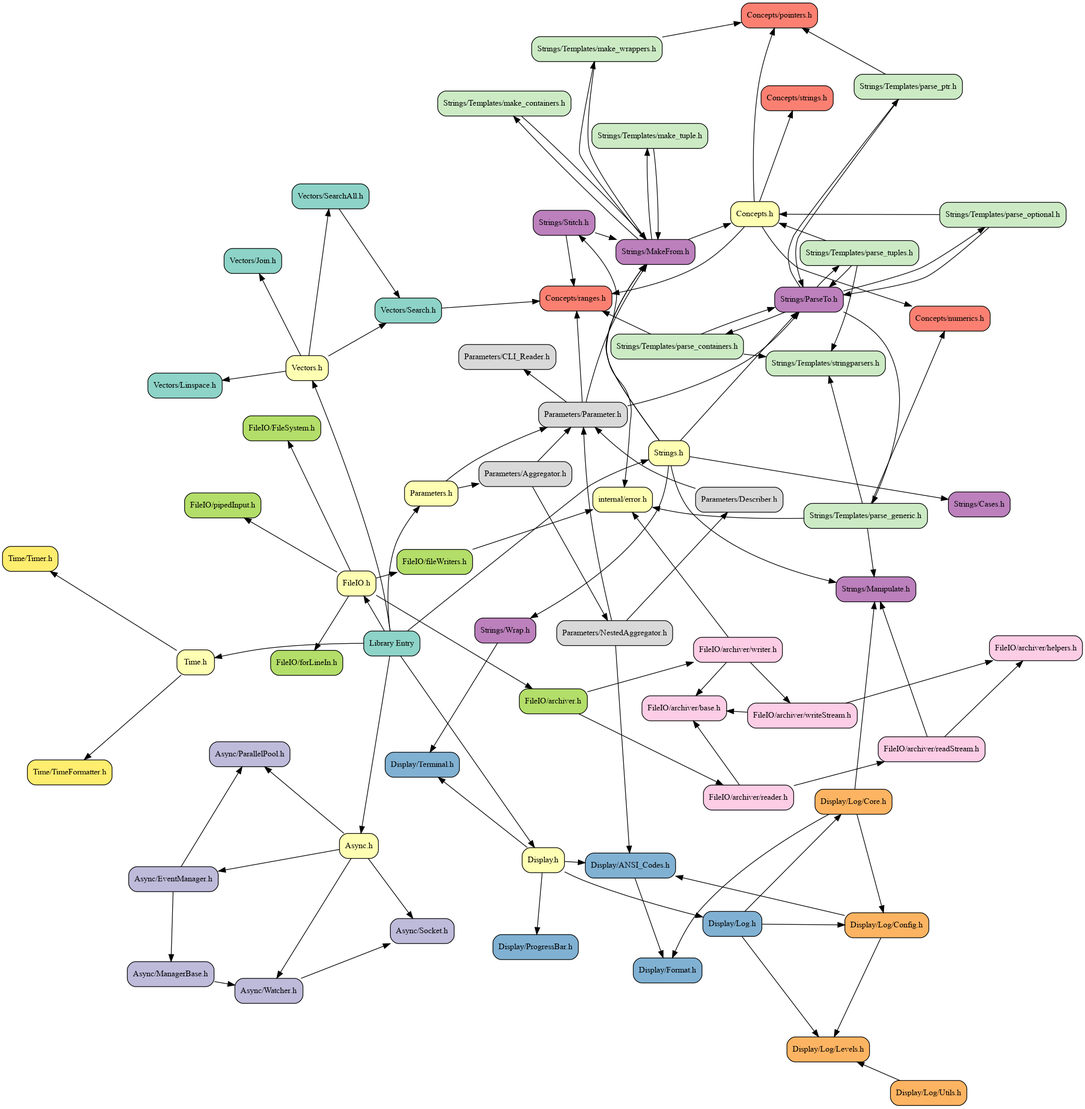
Earlier version of the Graphviz export docs/visualiser/network.png (DrFraserGovil/JSL). Its source is kept beside it as docs/visualiser/network.dot.
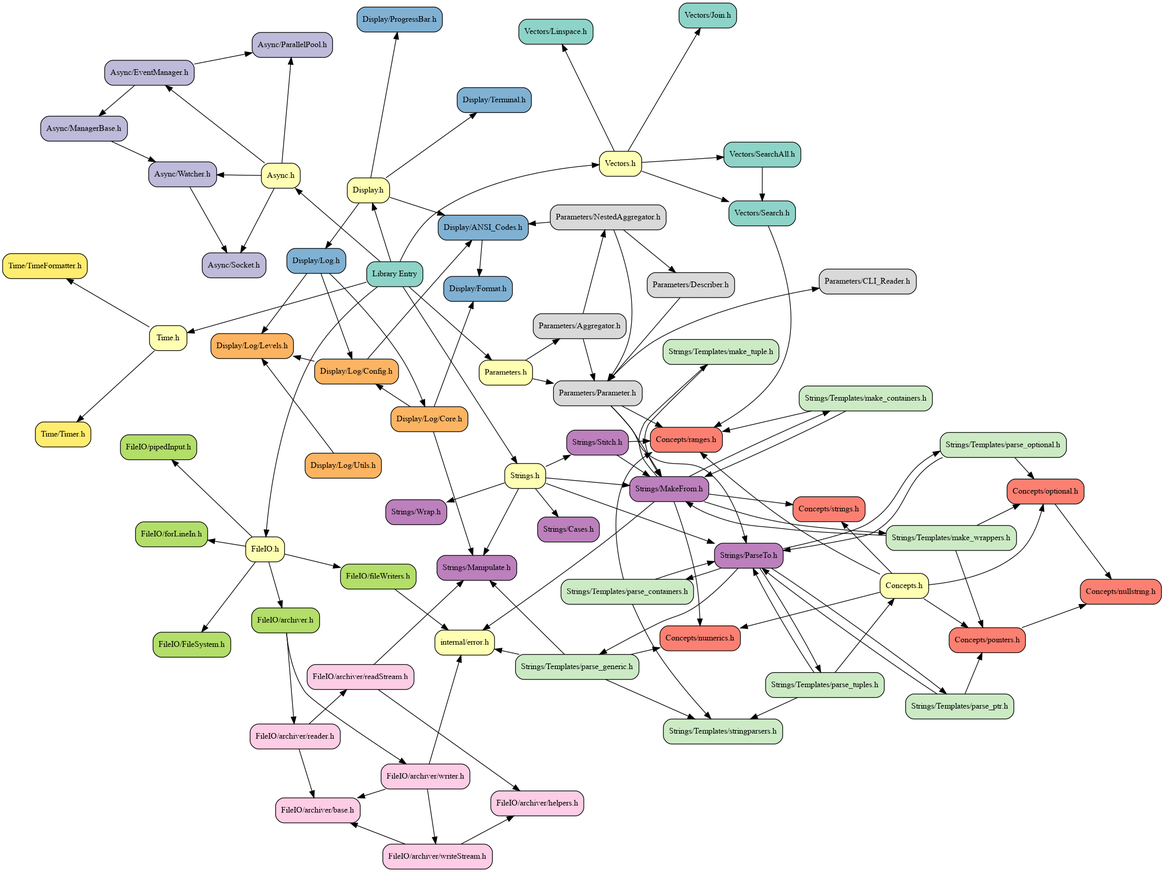
After the change.

Commit message:
Removed Wrap dependency on Terminal

The edit, as a diff of the source:
```diff
@@ -13,7 +13,9 @@
     node [fillcolor="#bebada", style=filled] "JSL/Async/Socket.h"                       [label = "Async/Socket.h"]
     node [fillcolor="#bebada", style=filled] "JSL/Async/Watcher.h"                      [label = "Async/Watcher.h"]
     node [fillcolor="#ffffb3", style=filled] "JSL/Concepts.h"                           [label = "Concepts.h"]
+    node [fillcolor="#fb8072", style=filled] "JSL/Concepts/nullstring.h"                [label = "Concepts/nullstring.h"]
     node [fillcolor="#fb8072", style=filled] "JSL/Concepts/numerics.h"                  [label = "Concepts/numerics.h"]
+    node [fillcolor="#fb8072", style=filled] "JSL/Concepts/optional.h"                  [label = "Concepts/optional.h"]
     node [fillcolor="#fb8072", style=filled] "JSL/Concepts/pointers.h"                  [label = "Concepts/pointers.h"]
     node [fillcolor="#fb8072", style=filled] "JSL/Concepts/ranges.h"                    [label = "Concepts/ranges.h"]
     node [fillcolor="#fb8072", style=filled] "JSL/Concepts/strings.h"                   [label = "Concepts/strings.h"]
@@ -90,6 +92,9 @@
     "JSL/Concepts.h"                           -> "JSL/Concepts/numerics.h"
     "JSL/Concepts.h"                           -> "JSL/Concepts/strings.h"
     "JSL/Concepts.h"                           -> "JSL/Concepts/pointers.h"
+    "JSL/Concepts.h"                           -> "JSL/Concepts/optional.h"
+    "JSL/Concepts/optional.h"                  -> "JSL/Concepts/nullstring.h"
+    "JSL/Concepts/pointers.h"                  -> "JSL/Concepts/nullstring.h"
     "JSL/Display.h"                            -> "JSL/Display/Log.h"
     "JSL/Display.h"                            -> "JSL/Display/ANSI_Codes.h"
     "JSL/Display.h"                            -> "JSL/Display/ProgressBar.h"
@@ -139,7 +144,8 @@
     "JSL/Strings.h"                            -> "JSL/Strings/Manipulate.h"
     "JSL/Strings.h"                            -> "JSL/Strings/Stitch.h"
     "JSL/Strings.h"                            -> "JSL/Strings/Wrap.h"
-    "JSL/Strings/MakeFrom.h"                   -> "JSL/Concepts.h"
+    "JSL/Strings/MakeFrom.h"                   -> "JSL/Concepts/strings.h"
+    "JSL/Strings/MakeFrom.h"                   -> "JSL/Concepts/numerics.h"
     "JSL/Strings/MakeFrom.h"                   -> "JSL/internal/error.h"
     "JSL/Strings/MakeFrom.h"                   -> "JSL/Strings/Templates/make_containers.h"
     "JSL/Strings/MakeFrom.h"                   -> "JSL/Strings/Templates/make_tuple.h"
@@ -152,9 +158,11 @@
     "JSL/Strings/Stitch.h"                     -> "JSL/Strings/MakeFrom.h"
     "JSL/Strings/Stitch.h"                     -> "JSL/Concepts/ranges.h"
     "JSL/Strings/Templates/make_containers.h"  -> "JSL/Strings/MakeFrom.h"
+    "JSL/Strings/Templates/make_containers.h"  -> "JSL/Concepts/ranges.h"
     "JSL/Strings/Templates/make_tuple.h"       -> "JSL/Strings/MakeFrom.h"
     "JSL/Strings/Templates/make_wrappers.h"    -> "JSL/Strings/MakeFrom.h"
     "JSL/Strings/Templates/make_wrappers.h"    -> "JSL/Concepts/pointers.h"
+    "JSL/Strings/Templates/make_wrappers.h"    -> "JSL/Concepts/optional.h"
     "JSL/Strings/Templates/parse_containers.h" -> "JSL/Concepts/ranges.h"
     "JSL/Strings/Templates/parse_containers.h" -> "JSL/Strings/Templates/stringparsers.h"
     "JSL/Strings/Templates/parse_containers.h" -> "JSL/Strings/ParseTo.h"
@@ -163,13 +171,12 @@
     "JSL/Strings/Templates/parse_generic.h"    -> "JSL/internal/error.h"
     "JSL/Strings/Templates/parse_generic.h"    -> "JSL/Concepts/numerics.h"
     "JSL/Strings/Templates/parse_optional.h"   -> "JSL/Strings/ParseTo.h"
-    "JSL/Strings/Templates/parse_optional.h"   -> "JSL/Concepts.h"
+    "JSL/Strings/Templates/parse_optional.h"   -> "JSL/Concepts/optional.h"
     "JSL/Strings/Templates/parse_ptr.h"        -> "JSL/Strings/ParseTo.h"
     "JSL/Strings/Templates/parse_ptr.h"        -> "JSL/Concepts/pointers.h"
     "JSL/Strings/Templates/parse_tuples.h"     -> "JSL/Concepts.h"
     "JSL/Strings/Templates/parse_tuples.h"     -> "JSL/Strings/Templates/stringparsers.h"
     "JSL/Strings/Templates/parse_tuples.h"     -> "JSL/Strings/ParseTo.h"
-    "JSL/Strings/Wrap.h"                       -> "JSL/Display/Terminal.h"
     "JSL/Time.h"                               -> "JSL/Time/Timer.h"
     "JSL/Time.h"                               -> "JSL/Time/TimeFormatter.h"
     "JSL/Vectors.h"                            -> "JSL/Vectors/Search.h"
```
